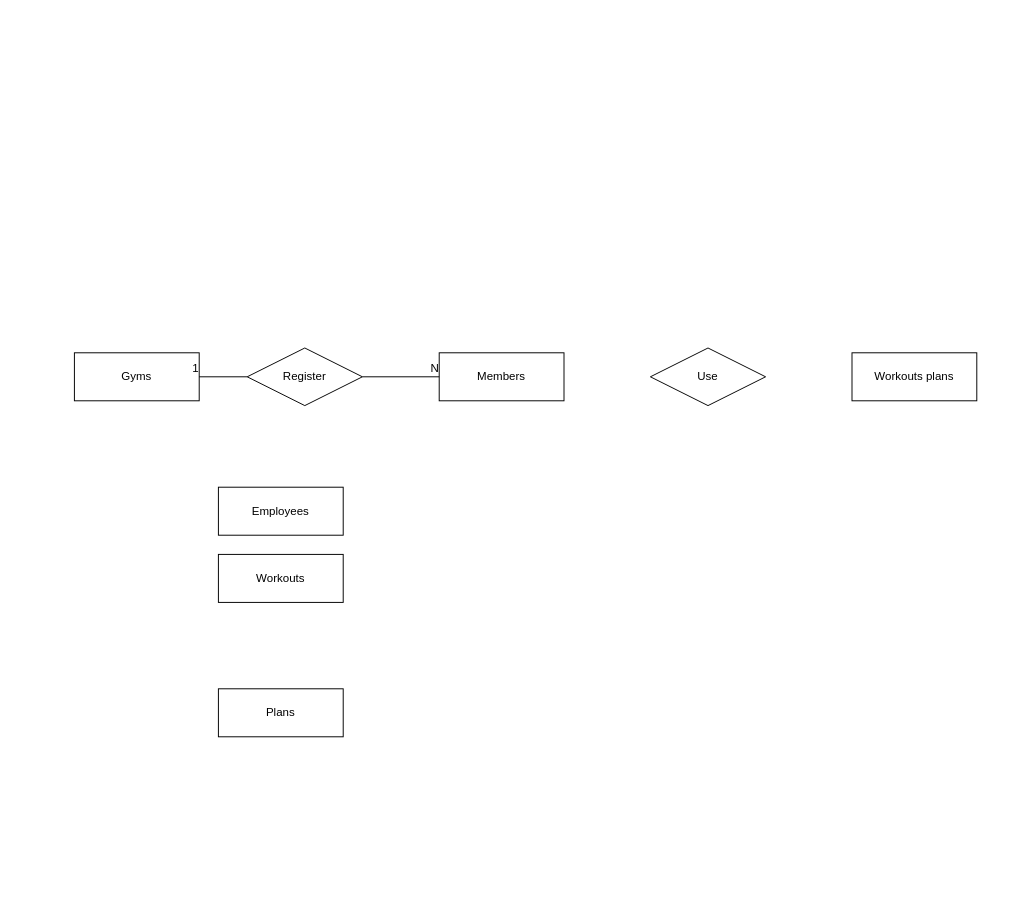
trainya-app/diagrams keeps this draw.io diagram as DER/der-draw-io.drawio. Above is the earlier version. Source tidied: cells renumbered, new cells numbered last; positions are measured from the earlier drawing's top-left corner, leaving out a move shared by most shapes. Both pictures are drawn from the tidied source at 96%, with x=0, y=0 at pixel (74, 348).
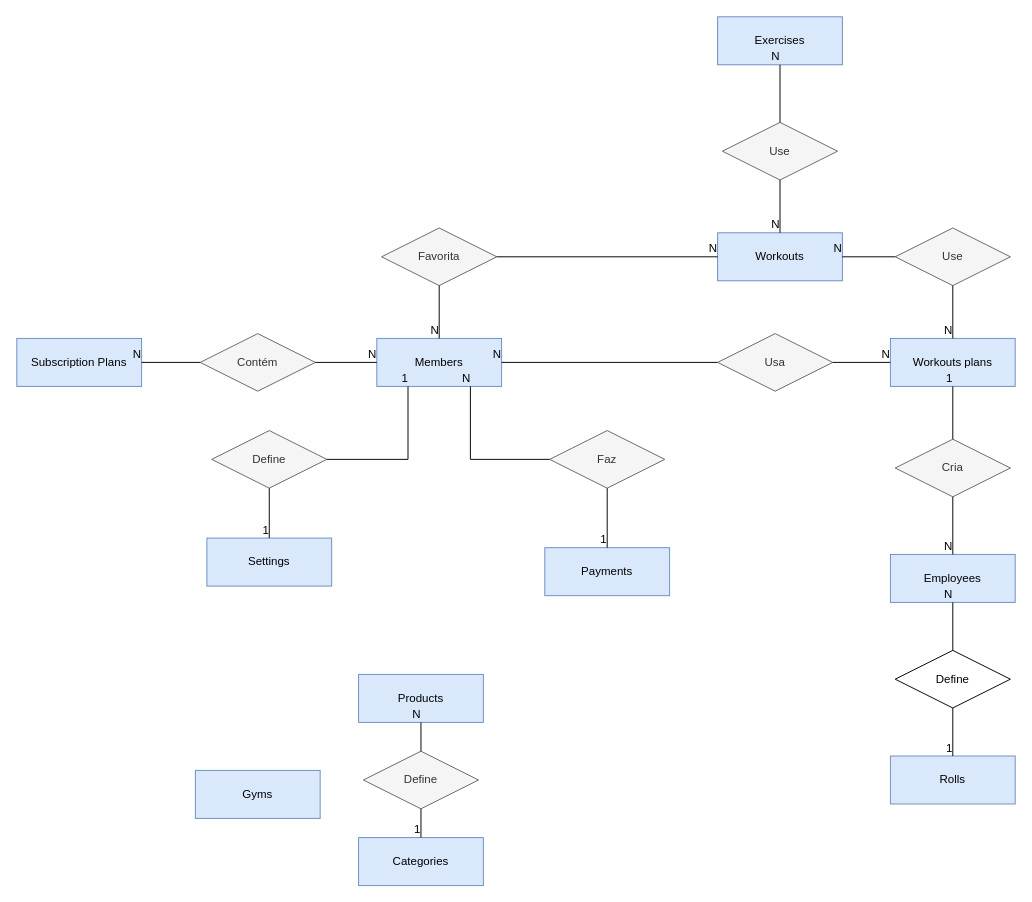
The same page after the edit.

Diff of the diagram source:
```diff
@@
-    <mxCell id="2" value="Members" style="whiteSpace=wrap;html=1;align=center;" parent="1" vertex="1">
-      <mxGeometry x="380" y="5" width="130" height="50" as="geometry" />
+    <mxCell id="2" value="Members" style="whiteSpace=wrap;html=1;align=center;fillColor=#dae8fc;strokeColor=#6c8ebf;" parent="1" vertex="1">
+      <mxGeometry x="315" y="-10" width="130" height="50" as="geometry" />
     </mxCell>
-    <mxCell id="3" value="Gyms" style="whiteSpace=wrap;html=1;align=center;" parent="1" vertex="1">
-      <mxGeometry y="5" width="130" height="50" as="geometry" />
+    <mxCell id="3" value="Gyms" style="whiteSpace=wrap;html=1;align=center;fillColor=#dae8fc;strokeColor=#6c8ebf;" parent="1" vertex="1">
+      <mxGeometry x="126" y="440" width="130" height="50" as="geometry" />
     </mxCell>
-    <mxCell id="4" value="Employees" style="whiteSpace=wrap;html=1;align=center;" parent="1" vertex="1">
-      <mxGeometry x="150" y="145" width="130" height="50" as="geometry" />
+    <mxCell id="4" value="Employees" style="whiteSpace=wrap;html=1;align=center;fillColor=#dae8fc;strokeColor=#6c8ebf;" parent="1" vertex="1">
+      <mxGeometry x="850" y="215" width="130" height="50" as="geometry" />
     </mxCell>
-    <mxCell id="5" value="Workouts" style="whiteSpace=wrap;html=1;align=center;" parent="1" vertex="1">
-      <mxGeometry x="150" y="215" width="130" height="50" as="geometry" />
+    <mxCell id="5" value="Workouts" style="whiteSpace=wrap;html=1;align=center;fillColor=#dae8fc;strokeColor=#6c8ebf;" parent="1" vertex="1">
+      <mxGeometry x="670" y="-120" width="130" height="50" as="geometry" />
     </mxCell>
-    <mxCell id="6" value="Workouts plans" style="whiteSpace=wrap;html=1;align=center;" parent="1" vertex="1">
-      <mxGeometry x="810" y="5" width="130" height="50" as="geometry" />
+    <mxCell id="6" value="Workouts plans" style="whiteSpace=wrap;html=1;align=center;fillColor=#dae8fc;strokeColor=#6c8ebf;" parent="1" vertex="1">
+      <mxGeometry x="850" y="-10" width="130" height="50" as="geometry" />
     </mxCell>
-    <mxCell id="7" value="Plans" style="whiteSpace=wrap;html=1;align=center;" parent="1" vertex="1">
-      <mxGeometry x="150" y="355" width="130" height="50" as="geometry" />
+    <mxCell id="7" value="Subscription Plans" style="whiteSpace=wrap;html=1;align=center;fillColor=#dae8fc;strokeColor=#6c8ebf;" parent="1" vertex="1">
+      <mxGeometry x="-60" y="-10" width="130" height="50" as="geometry" />
     </mxCell>
-    <mxCell id="8" value="Register" style="shape=rhombus;perimeter=rhombusPerimeter;whiteSpace=wrap;html=1;align=center;" parent="1" vertex="1">
-      <mxGeometry x="180" width="120" height="60" as="geometry" />
-    </mxCell>
-    <mxCell id="9" style="endArrow=none;html=1;rounded=0;entryX=1;entryY=0.5;entryDx=0;entryDy=0;exitX=0;exitY=0.5;exitDx=0;exitDy=0;" parent="1" edge="1" source="8" target="3">
-      <mxGeometry relative="1" as="geometry" />
-    </mxCell>
-    <mxCell id="10" value="1" style="html=1;align=right;verticalAlign=bottom;" parent="9" vertex="1">
-      <mxGeometry x="1" relative="1" as="geometry" />
-    </mxCell>
-    <mxCell id="11" style="endArrow=none;html=1;rounded=0;exitX=1;exitY=0.5;exitDx=0;exitDy=0;entryX=0;entryY=0.5;entryDx=0;entryDy=0;" parent="1" edge="1" source="8" target="2">
-      <mxGeometry relative="1" as="geometry" />
-    </mxCell>
-    <mxCell id="12" value="N" style="html=1;align=right;verticalAlign=bottom;" parent="11" vertex="1">
-      <mxGeometry x="1" relative="1" as="geometry" />
-    </mxCell>
-    <mxCell id="13" value="Use" style="shape=rhombus;perimeter=rhombusPerimeter;whiteSpace=wrap;html=1;align=center;" parent="1" vertex="1">
-      <mxGeometry x="600" width="120" height="60" as="geometry" />
-    </mxCell>
+    <mxCell id="14" value="Exercises" style="whiteSpace=wrap;html=1;align=center;fillColor=#dae8fc;strokeColor=#6c8ebf;" parent="1" vertex="1">
+      <mxGeometry x="670" y="-345" width="130" height="50" as="geometry" />
+    </mxCell>
+    <mxCell id="15" value="Categories" style="whiteSpace=wrap;html=1;align=center;fillColor=#dae8fc;strokeColor=#6c8ebf;" parent="1" vertex="1">
+      <mxGeometry x="296" y="510" width="130" height="50" as="geometry" />
+    </mxCell>
+    <mxCell id="16" value="Products" style="whiteSpace=wrap;html=1;align=center;fillColor=#dae8fc;strokeColor=#6c8ebf;" parent="1" vertex="1">
+      <mxGeometry x="296" y="340" width="130" height="50" as="geometry" />
+    </mxCell>
+    <mxCell id="17" value="Define" style="shape=rhombus;perimeter=rhombusPerimeter;whiteSpace=wrap;html=1;align=center;fillColor=#f5f5f5;strokeColor=#666666;fontColor=#333333;" parent="1" vertex="1">
+      <mxGeometry x="301" y="420" width="120" height="60" as="geometry" />
+    </mxCell>
+    <mxCell id="18" style="endArrow=none;html=1;rounded=0;exitX=0.5;exitY=1;exitDx=0;exitDy=0;" parent="1" edge="1" source="17" target="15">
+      <mxGeometry relative="1" as="geometry" />
+    </mxCell>
+    <mxCell id="19" value="1" style="html=1;align=right;verticalAlign=bottom;" parent="18" vertex="1">
+      <mxGeometry x="1" relative="1" as="geometry" />
+    </mxCell>
+    <mxCell id="20" style="endArrow=none;html=1;rounded=0;entryX=0.5;entryY=1;entryDx=0;entryDy=0;exitX=0.5;exitY=0;exitDx=0;exitDy=0;" parent="1" edge="1" source="17" target="16">
+      <mxGeometry relative="1" as="geometry" />
+    </mxCell>
+    <mxCell id="21" value="N" style="html=1;align=right;verticalAlign=bottom;" parent="20" vertex="1">
+      <mxGeometry x="1" relative="1" as="geometry" />
+    </mxCell>
+    <mxCell id="22" value="Contém" style="shape=rhombus;perimeter=rhombusPerimeter;whiteSpace=wrap;html=1;align=center;fillColor=#f5f5f5;strokeColor=#666666;fontColor=#333333;" parent="1" vertex="1">
+      <mxGeometry x="131" y="-15" width="120" height="60" as="geometry" />
+    </mxCell>
+    <mxCell id="23" style="endArrow=none;html=1;rounded=0;entryX=0;entryY=0.5;entryDx=0;entryDy=0;" parent="1" edge="1" source="22" target="2">
+      <mxGeometry relative="1" as="geometry" />
+    </mxCell>
+    <mxCell id="24" value="N" style="html=1;align=right;verticalAlign=bottom;" parent="23" vertex="1">
+      <mxGeometry x="1" relative="1" as="geometry" />
+    </mxCell>
+    <mxCell id="25" style="endArrow=none;html=1;rounded=0;entryX=1;entryY=0.5;entryDx=0;entryDy=0;exitX=0;exitY=0.5;exitDx=0;exitDy=0;" parent="1" edge="1" source="22" target="7">
+      <mxGeometry relative="1" as="geometry" />
+    </mxCell>
+    <mxCell id="26" value="N" style="html=1;align=right;verticalAlign=bottom;" parent="25" vertex="1">
+      <mxGeometry x="1" relative="1" as="geometry" />
+    </mxCell>
+    <mxCell id="27" value="Usa" style="shape=rhombus;perimeter=rhombusPerimeter;whiteSpace=wrap;html=1;align=center;fillColor=#f5f5f5;strokeColor=#666666;fontColor=#333333;" parent="1" vertex="1">
+      <mxGeometry x="670" y="-15" width="120" height="60" as="geometry" />
+    </mxCell>
+    <mxCell id="28" style="endArrow=none;html=1;rounded=0;entryX=1;entryY=0.5;entryDx=0;entryDy=0;" parent="1" edge="1" source="27" target="2">
+      <mxGeometry relative="1" as="geometry" />
+    </mxCell>
+    <mxCell id="29" value="N" style="html=1;align=right;verticalAlign=bottom;" parent="28" vertex="1">
+      <mxGeometry x="1" relative="1" as="geometry" />
+    </mxCell>
+    <mxCell id="30" style="endArrow=none;html=1;rounded=0;entryX=0;entryY=0.5;entryDx=0;entryDy=0;exitX=1;exitY=0.5;exitDx=0;exitDy=0;" parent="1" edge="1" source="27" target="6">
+      <mxGeometry relative="1" as="geometry" />
+    </mxCell>
+    <mxCell id="31" value="N" style="html=1;align=right;verticalAlign=bottom;" parent="30" vertex="1">
+      <mxGeometry x="1" relative="1" as="geometry" />
+    </mxCell>
+    <mxCell id="32" value="Cria" style="shape=rhombus;perimeter=rhombusPerimeter;whiteSpace=wrap;html=1;align=center;fillColor=#f5f5f5;strokeColor=#666666;fontColor=#333333;" parent="1" vertex="1">
+      <mxGeometry x="855" y="95" width="120" height="60" as="geometry" />
+    </mxCell>
+    <mxCell id="33" style="endArrow=none;html=1;rounded=0;entryX=0.5;entryY=1;entryDx=0;entryDy=0;" parent="1" edge="1" source="32" target="6">
+      <mxGeometry relative="1" as="geometry" />
+    </mxCell>
+    <mxCell id="34" value="1" style="html=1;align=right;verticalAlign=bottom;" parent="33" vertex="1">
+      <mxGeometry x="1" relative="1" as="geometry" />
+    </mxCell>
+    <mxCell id="35" style="endArrow=none;html=1;rounded=0;entryX=0.5;entryY=0;entryDx=0;entryDy=0;exitX=0.5;exitY=1;exitDx=0;exitDy=0;" parent="1" edge="1" source="32" target="4">
+      <mxGeometry relative="1" as="geometry" />
+    </mxCell>
+    <mxCell id="36" value="N" style="html=1;align=right;verticalAlign=bottom;" parent="35" vertex="1">
+      <mxGeometry x="1" relative="1" as="geometry" />
+    </mxCell>
+    <mxCell id="37" value="Rolls" style="whiteSpace=wrap;html=1;align=center;fillColor=#dae8fc;strokeColor=#6c8ebf;" parent="1" vertex="1">
+      <mxGeometry x="850" y="425" width="130" height="50" as="geometry" />
+    </mxCell>
+    <mxCell id="38" value="Define" style="shape=rhombus;perimeter=rhombusPerimeter;whiteSpace=wrap;html=1;align=center;" parent="1" vertex="1">
+      <mxGeometry x="855" y="315" width="120" height="60" as="geometry" />
+    </mxCell>
+    <mxCell id="39" style="endArrow=none;html=1;rounded=0;entryX=0.5;entryY=1;entryDx=0;entryDy=0;" parent="1" edge="1" target="4">
+      <mxGeometry relative="1" as="geometry">
+        <mxPoint x="915" y="315" as="sourcePoint" />
+      </mxGeometry>
+    </mxCell>
+    <mxCell id="40" value="N" style="html=1;align=right;verticalAlign=bottom;" parent="39" vertex="1">
+      <mxGeometry x="1" relative="1" as="geometry" />
+    </mxCell>
+    <mxCell id="41" style="endArrow=none;html=1;rounded=0;entryX=0.5;entryY=0;entryDx=0;entryDy=0;exitX=0.5;exitY=1;exitDx=0;exitDy=0;" parent="1" edge="1" source="38" target="37">
+      <mxGeometry relative="1" as="geometry" />
+    </mxCell>
+    <mxCell id="42" value="1" style="html=1;align=right;verticalAlign=bottom;" parent="41" vertex="1">
+      <mxGeometry x="1" relative="1" as="geometry" />
+    </mxCell>
+    <mxCell id="43" value="Use" style="shape=rhombus;perimeter=rhombusPerimeter;whiteSpace=wrap;html=1;align=center;fillColor=#f5f5f5;strokeColor=#666666;fontColor=#333333;" parent="1" vertex="1">
+      <mxGeometry x="855" y="-125" width="120" height="60" as="geometry" />
+    </mxCell>
+    <mxCell id="44" style="endArrow=none;html=1;rounded=0;entryX=1;entryY=0.5;entryDx=0;entryDy=0;exitX=0;exitY=0.5;exitDx=0;exitDy=0;" parent="1" edge="1" source="43" target="5">
+      <mxGeometry relative="1" as="geometry" />
+    </mxCell>
+    <mxCell id="45" value="N" style="html=1;align=right;verticalAlign=bottom;" parent="44" vertex="1">
+      <mxGeometry x="1" relative="1" as="geometry" />
+    </mxCell>
+    <mxCell id="46" style="endArrow=none;html=1;rounded=0;entryX=0.5;entryY=0;entryDx=0;entryDy=0;exitX=0.5;exitY=1;exitDx=0;exitDy=0;" parent="1" edge="1" source="43" target="6">
+      <mxGeometry relative="1" as="geometry" />
+    </mxCell>
+    <mxCell id="47" value="N" style="html=1;align=right;verticalAlign=bottom;" parent="46" vertex="1">
+      <mxGeometry x="1" relative="1" as="geometry" />
+    </mxCell>
+    <mxCell id="48" value="Use" style="shape=rhombus;perimeter=rhombusPerimeter;whiteSpace=wrap;html=1;align=center;fillColor=#f5f5f5;strokeColor=#666666;fontColor=#333333;" parent="1" vertex="1">
+      <mxGeometry x="675" y="-235" width="120" height="60" as="geometry" />
+    </mxCell>
+    <mxCell id="49" style="endArrow=none;html=1;rounded=0;entryX=0.5;entryY=0;entryDx=0;entryDy=0;exitX=0.5;exitY=1;exitDx=0;exitDy=0;" parent="1" edge="1" source="48" target="5">
+      <mxGeometry relative="1" as="geometry" />
+    </mxCell>
+    <mxCell id="50" value="N" style="html=1;align=right;verticalAlign=bottom;" parent="49" vertex="1">
+      <mxGeometry x="1" relative="1" as="geometry" />
+    </mxCell>
+    <mxCell id="51" style="endArrow=none;html=1;rounded=0;exitX=0.5;exitY=0;exitDx=0;exitDy=0;entryX=0.5;entryY=1;entryDx=0;entryDy=0;" parent="1" edge="1" source="48" target="14">
+      <mxGeometry relative="1" as="geometry" />
+    </mxCell>
+    <mxCell id="52" value="N" style="html=1;align=right;verticalAlign=bottom;" parent="51" vertex="1">
+      <mxGeometry x="1" relative="1" as="geometry" />
+    </mxCell>
+    <mxCell id="53" value="Favorita" style="shape=rhombus;perimeter=rhombusPerimeter;whiteSpace=wrap;html=1;align=center;fillColor=#f5f5f5;strokeColor=#666666;fontColor=#333333;" parent="1" vertex="1">
+      <mxGeometry x="320" y="-125" width="120" height="60" as="geometry" />
+    </mxCell>
+    <mxCell id="54" style="endArrow=none;html=1;rounded=0;entryX=0.5;entryY=0;entryDx=0;entryDy=0;exitX=0.5;exitY=1;exitDx=0;exitDy=0;" parent="1" edge="1" source="53" target="2">
+      <mxGeometry relative="1" as="geometry" />
+    </mxCell>
+    <mxCell id="55" value="N" style="html=1;align=right;verticalAlign=bottom;" parent="54" vertex="1">
+      <mxGeometry x="1" relative="1" as="geometry" />
+    </mxCell>
+    <mxCell id="56" style="endArrow=none;html=1;rounded=0;entryX=0;entryY=0.5;entryDx=0;entryDy=0;exitX=1;exitY=0.5;exitDx=0;exitDy=0;" parent="1" edge="1" source="53" target="5">
+      <mxGeometry relative="1" as="geometry" />
+    </mxCell>
+    <mxCell id="57" value="N" style="html=1;align=right;verticalAlign=bottom;" parent="56" vertex="1">
+      <mxGeometry x="1" relative="1" as="geometry" />
+    </mxCell>
+    <mxCell id="58" value="Settings" style="whiteSpace=wrap;html=1;align=center;fillColor=#dae8fc;strokeColor=#6c8ebf;" parent="1" vertex="1">
+      <mxGeometry x="138" y="198" width="130" height="50" as="geometry" />
+    </mxCell>
+    <mxCell id="59" value="Payments" style="whiteSpace=wrap;html=1;align=center;fillColor=#dae8fc;strokeColor=#6c8ebf;" parent="1" vertex="1">
+      <mxGeometry x="490" y="208" width="130" height="50" as="geometry" />
+    </mxCell>
+    <mxCell id="60" value="Define" style="shape=rhombus;perimeter=rhombusPerimeter;whiteSpace=wrap;html=1;align=center;fillColor=#f5f5f5;strokeColor=#666666;fontColor=#333333;" parent="1" vertex="1">
+      <mxGeometry x="143" y="86" width="120" height="60" as="geometry" />
+    </mxCell>
+    <mxCell id="61" value="Faz" style="shape=rhombus;perimeter=rhombusPerimeter;whiteSpace=wrap;html=1;align=center;fillColor=#f5f5f5;strokeColor=#666666;fontColor=#333333;" parent="1" vertex="1">
+      <mxGeometry x="495" y="86" width="120" height="60" as="geometry" />
+    </mxCell>
+    <mxCell id="62" style="endArrow=none;html=1;rounded=0;exitX=0;exitY=0.5;exitDx=0;exitDy=0;entryX=0.75;entryY=1;entryDx=0;entryDy=0;edgeStyle=orthogonalEdgeStyle;" parent="1" edge="1" source="61" target="2">
+      <mxGeometry relative="1" as="geometry" />
+    </mxCell>
+    <mxCell id="63" value="N" style="html=1;align=right;verticalAlign=bottom;" parent="62" vertex="1">
+      <mxGeometry x="1" relative="1" as="geometry" />
+    </mxCell>
+    <mxCell id="64" style="endArrow=none;html=1;rounded=0;entryX=0.5;entryY=0;entryDx=0;entryDy=0;exitX=0.5;exitY=1;exitDx=0;exitDy=0;" parent="1" edge="1" source="61" target="59">
+      <mxGeometry relative="1" as="geometry" />
+    </mxCell>
+    <mxCell id="65" value="1" style="html=1;align=right;verticalAlign=bottom;" parent="64" vertex="1">
+      <mxGeometry x="1" relative="1" as="geometry" />
+    </mxCell>
+    <mxCell id="66" style="endArrow=none;html=1;rounded=0;entryX=0.25;entryY=1;entryDx=0;entryDy=0;edgeStyle=orthogonalEdgeStyle;exitX=1;exitY=0.5;exitDx=0;exitDy=0;" parent="1" edge="1" source="60" target="2">
+      <mxGeometry relative="1" as="geometry" />
+    </mxCell>
+    <mxCell id="67" value="1" style="html=1;align=right;verticalAlign=bottom;" parent="66" vertex="1">
+      <mxGeometry x="1" relative="1" as="geometry" />
+    </mxCell>
+    <mxCell id="68" style="endArrow=none;html=1;rounded=0;entryX=0.5;entryY=0;entryDx=0;entryDy=0;exitX=0.5;exitY=1;exitDx=0;exitDy=0;" parent="1" edge="1" source="60" target="58">
+      <mxGeometry relative="1" as="geometry" />
+    </mxCell>
+    <mxCell id="69" value="1" style="html=1;align=right;verticalAlign=bottom;" parent="68" vertex="1">
+      <mxGeometry x="1" relative="1" as="geometry" />
+    </mxCell>
```
